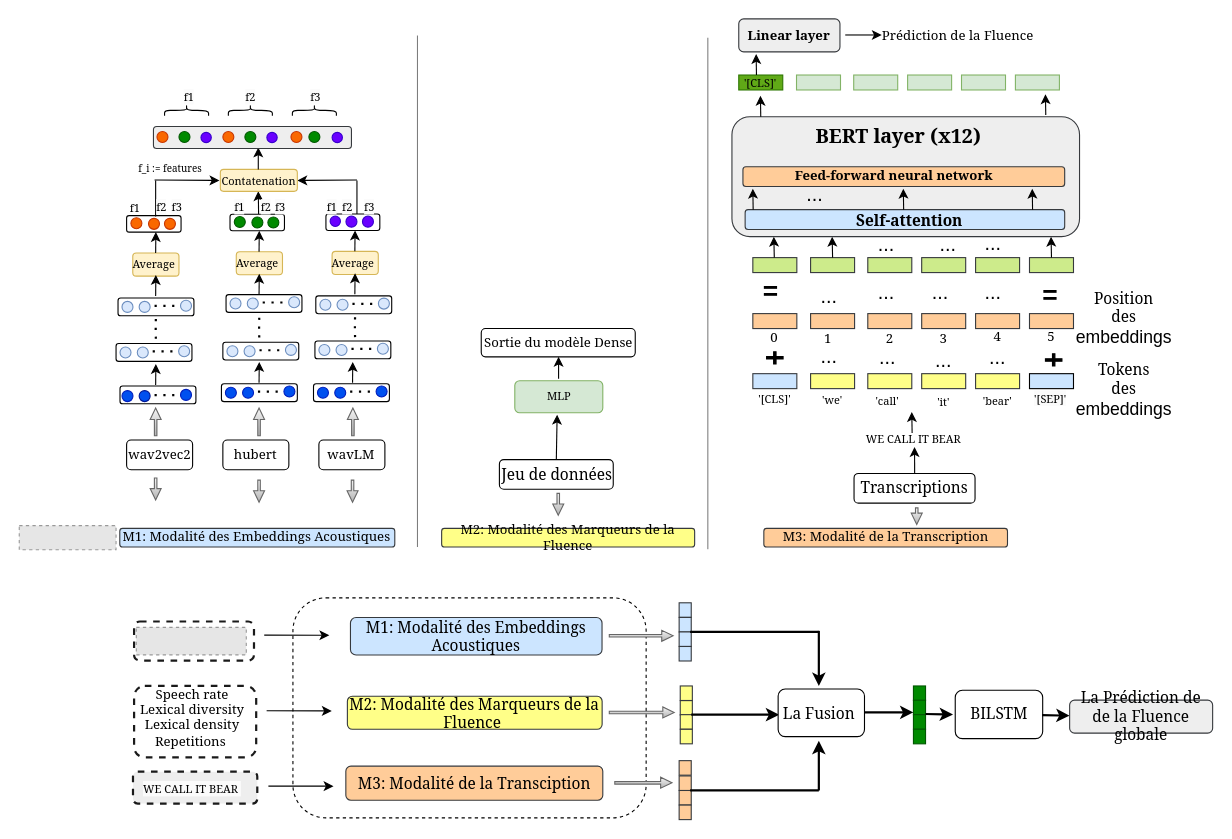
papasega/Applied-Deep-Learning keeps this draw.io diagram as page "TRI-modal" (1 of 2) of Trimodal_Fluency_sslmodel.drawio. Above is the earlier version. Source tidied: cells renumbered, new cells numbered last; positions are measured from the earlier drawing's top-left corner, leaving out a move shared by most shapes. Both pictures are drawn from the tidied source at 110%, with x=0, y=0 at pixel (19, 19). Pictures stored in the file or linked from it are replaced by grey dashed boxes.
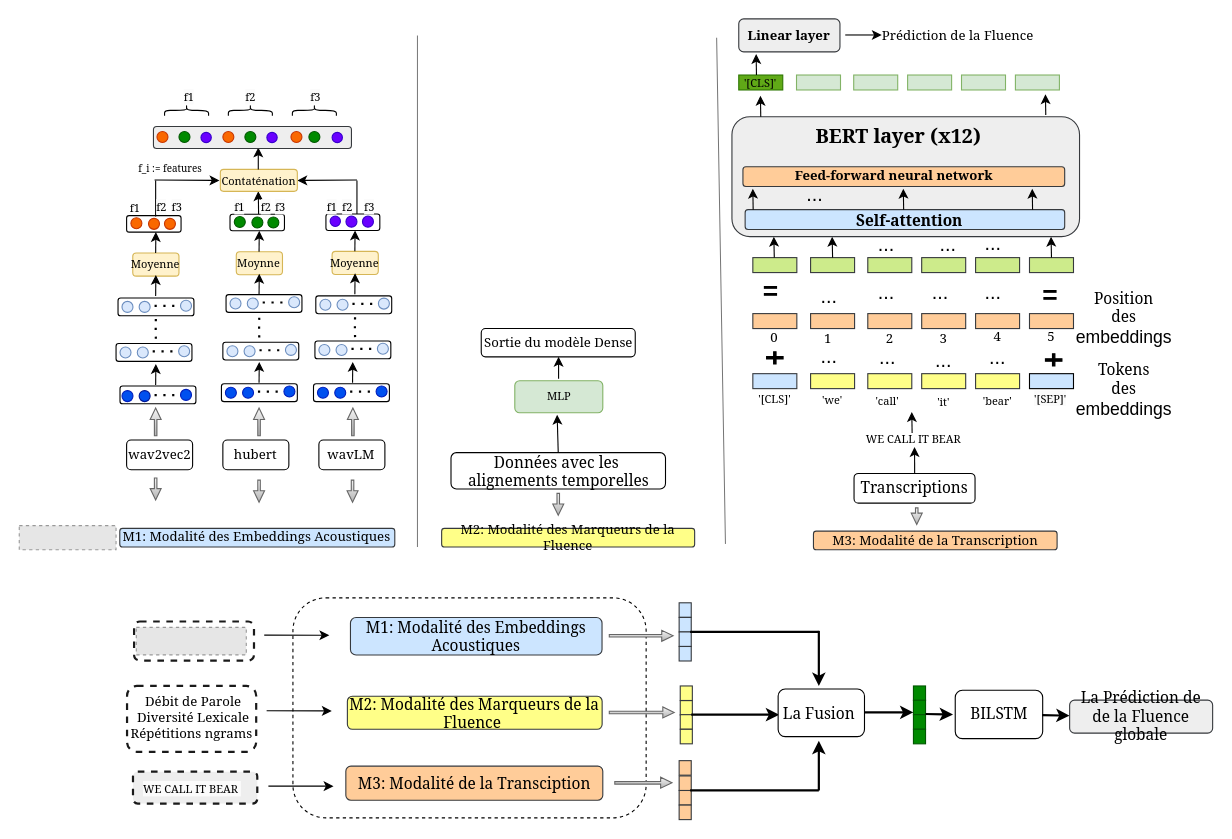
The same page after the edit.

Commit message (it also covers changes not shown here):
Mettre à jour Trimodal_Fluency_sslmodel.drawio

Change to the diagram source:
```diff
@@
-    <mxCell id="12" value="&lt;font style=&quot;font-size: 10px;&quot; face=&quot;Georgia&quot;&gt;Average&amp;nbsp;&lt;/font&gt;" style="rounded=1;whiteSpace=wrap;html=1;fillColor=#fff2cc;strokeColor=#d6b656;" parent="1" vertex="1">
+    <mxCell id="12" value="&lt;font style=&quot;font-size: 10px;&quot; face=&quot;Georgia&quot;&gt;Moyenne&lt;/font&gt;" style="rounded=1;whiteSpace=wrap;html=1;fillColor=#fff2cc;strokeColor=#d6b656;" parent="1" vertex="1">
       <mxGeometry x="103.2" y="212.5" width="42" height="21" as="geometry" />
     </mxCell>
@@
-    <mxCell id="22" value="&lt;font style=&quot;font-size: 10px;&quot; face=&quot;Georgia&quot;&gt;Average&amp;nbsp;&lt;/font&gt;" style="rounded=1;whiteSpace=wrap;html=1;fillColor=#fff2cc;strokeColor=#d6b656;" parent="1" vertex="1">
+    <mxCell id="22" value="&lt;font style=&quot;font-size: 10px;&quot; face=&quot;Georgia&quot;&gt;Moynne&lt;/font&gt;" style="rounded=1;whiteSpace=wrap;html=1;fillColor=#fff2cc;strokeColor=#d6b656;" parent="1" vertex="1">
       <mxGeometry x="197.3" y="211.3" width="42" height="21" as="geometry" />
     </mxCell>
@@
-    <mxCell id="35" value="&lt;font style=&quot;font-size: 10px;&quot; face=&quot;Georgia&quot;&gt;Average&amp;nbsp;&lt;/font&gt;" style="rounded=1;whiteSpace=wrap;html=1;fillColor=#fff2cc;strokeColor=#d6b656;" parent="1" vertex="1">
+    <mxCell id="35" value="&lt;font style=&quot;font-size: 10px;&quot; face=&quot;Georgia&quot;&gt;Moyenne&lt;/font&gt;" style="rounded=1;whiteSpace=wrap;html=1;fillColor=#fff2cc;strokeColor=#d6b656;" parent="1" vertex="1">
       <mxGeometry x="284.4" y="211" width="42" height="21" as="geometry" />
     </mxCell>
@@
-    <mxCell id="88" value="&lt;font face=&quot;Georgia&quot; style=&quot;font-size: 10px;&quot;&gt;Contatenation&lt;/font&gt;" style="rounded=1;whiteSpace=wrap;html=1;fillColor=#fff2cc;strokeColor=#d6b656;" parent="1" vertex="1">
+    <mxCell id="88" value="&lt;font face=&quot;Georgia&quot; style=&quot;font-size: 10px;&quot;&gt;Contaténation&lt;/font&gt;" style="rounded=1;whiteSpace=wrap;html=1;fillColor=#fff2cc;strokeColor=#d6b656;" parent="1" vertex="1">
       <mxGeometry x="182.8" y="136.5" width="70" height="20" as="geometry" />
     </mxCell>
@@
-    <mxCell id="119" value="&lt;font style=&quot;font-size: 14px;&quot; face=&quot;Georgia&quot;&gt;Jeu de données&lt;/font&gt;" style="rounded=1;whiteSpace=wrap;html=1;" parent="1" vertex="1">
-      <mxGeometry x="436.5" y="400.3" width="103.5" height="27" as="geometry" />
+    <mxCell id="119" value="&lt;font style=&quot;font-size: 14px;&quot; face=&quot;Georgia&quot;&gt;Données avec les&amp;nbsp;&lt;/font&gt;&lt;div&gt;&lt;font style=&quot;font-size: 14px;&quot; face=&quot;Georgia&quot;&gt;alignements temporelles&lt;/font&gt;&lt;/div&gt;" style="rounded=1;whiteSpace=wrap;html=1;" parent="1" vertex="1">
+      <mxGeometry x="392.5" y="394" width="195" height="33" as="geometry" />
     </mxCell>
@@
     <mxCell id="125" style="endArrow=none;html=1;rounded=0;strokeWidth=0.5;" parent="1" edge="1">
       <mxGeometry relative="1" as="geometry">
-        <mxPoint x="626" y="481.8" as="sourcePoint" />
-        <mxPoint x="626" y="16.8" as="targetPoint" />
+        <mxPoint x="642" y="477" as="sourcePoint" />
+        <mxPoint x="634" y="16.8" as="targetPoint" />
       </mxGeometry>
     </mxCell>
     <mxCell id="126" value="&lt;font style=&quot;font-size: 12px;&quot; face=&quot;Georgia&quot;&gt;M3: Modalité de la Transcription&lt;/font&gt;" style="rounded=1;whiteSpace=wrap;html=1;fillColor=#ffcc99;strokeColor=#36393d;" parent="1" vertex="1">
-      <mxGeometry x="676.9" y="462.8" width="221.5" height="17" as="geometry" />
+      <mxGeometry x="722" y="465.3" width="221.5" height="17" as="geometry" />
     </mxCell>
@@
-    <mxCell id="207" value="&lt;font face=&quot;Georgia&quot;&gt;Speech rate&lt;/font&gt;&lt;div&gt;&lt;span style=&quot;font-family: Georgia;&quot;&gt;Lexical diversity&lt;/span&gt;&lt;/div&gt;&lt;div&gt;&lt;span style=&quot;font-family: Georgia; background-color: initial;&quot;&gt;Lexical density&lt;/span&gt;&lt;/div&gt;&lt;div&gt;&lt;span style=&quot;font-family: Georgia;&quot;&gt;Repetitions&amp;nbsp;&lt;/span&gt;&lt;font face=&quot;Georgia&quot;&gt;&lt;br&gt;&lt;/font&gt;&lt;/div&gt;&lt;div&gt;&lt;span style=&quot;font-family: Georgia;&quot;&gt;&lt;br&gt;&lt;/span&gt;&lt;/div&gt;" style="text;html=1;align=center;verticalAlign=middle;strokeColor=none;fillColor=none;" parent="1" vertex="1">
-      <mxGeometry x="105.2" y="600" width="104" height="84" as="geometry" />
+    <mxCell id="207" value="&lt;font face=&quot;Georgia&quot;&gt;Débit de Parole&lt;/font&gt;&lt;br&gt;&lt;div&gt;&lt;span style=&quot;font-family: Georgia;&quot;&gt;Diversité Lexicale&lt;/span&gt;&lt;/div&gt;&lt;div&gt;&lt;span style=&quot;font-family: Georgia;&quot;&gt;Répétitions ngrams&amp;nbsp;&lt;/span&gt;&lt;font face=&quot;Georgia&quot;&gt;&lt;br&gt;&lt;/font&gt;&lt;/div&gt;&lt;div&gt;&lt;span style=&quot;font-family: Georgia;&quot;&gt;&lt;br&gt;&lt;/span&gt;&lt;/div&gt;" style="text;html=1;align=center;verticalAlign=middle;strokeColor=none;fillColor=none;" parent="1" vertex="1">
+      <mxGeometry x="95.2" y="607" width="125" height="70" as="geometry" />
     </mxCell>
@@
     <mxCell id="210" style="rounded=1;whiteSpace=wrap;html=1;fillColor=none;dashed=1;strokeWidth=2;strokeColor=#1A1A1A;" parent="1" vertex="1">
-      <mxGeometry x="104.4" y="606.1" width="111" height="65" as="geometry" />
+      <mxGeometry x="98" y="606.1" width="117.4" height="59.9" as="geometry" />
     </mxCell>
```
